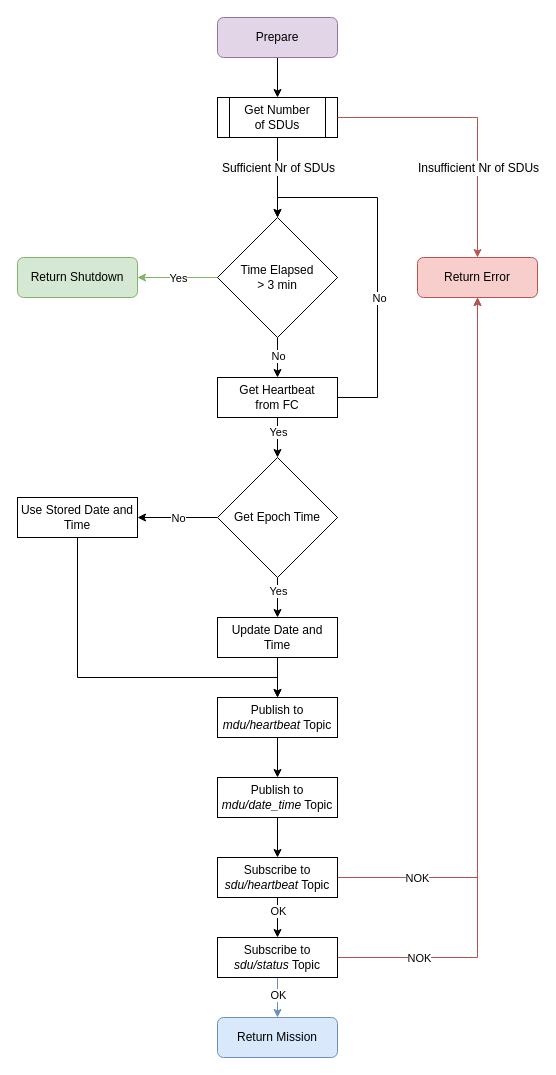
This is page "MDU_PREPARE" (3 of 10) of MESCC/2nd_year/2nd_semester/system_diagram.drawio from carlosrijo9/ISEP, a draw.io file, before an edit. Source tidied: cells renumbered, new cells numbered last; positions are measured from the earlier drawing's top-left corner, leaving out a move shared by most shapes. Both pictures are drawn from the tidied source at 100%, with x=0, y=0 at pixel (17, 17).
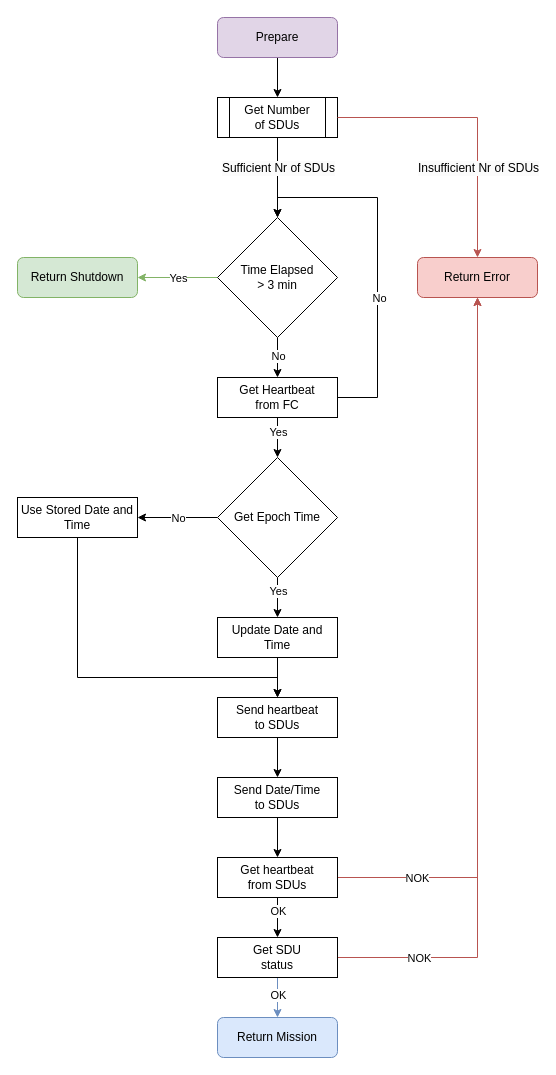
Above is the later version.

The edit, as a diff of the source:
```diff
@@
-    <mxCell id="38" value="Publish to &lt;i&gt;mdu/date_time&lt;/i&gt; Topic" style="rounded=0;whiteSpace=wrap;html=1;" parent="1" vertex="1">
+    <mxCell id="38" value="Send Date/Time&lt;div&gt;to SDUs&lt;/div&gt;" style="rounded=0;whiteSpace=wrap;html=1;" parent="1" vertex="1">
       <mxGeometry x="200" y="760" width="120" height="40" as="geometry" />
     </mxCell>
@@
-    <mxCell id="40" value="Publish to &lt;i&gt;mdu/heartbeat&lt;/i&gt; Topic" style="rounded=0;whiteSpace=wrap;html=1;" parent="1" vertex="1">
+    <mxCell id="40" value="Send heartbeat&lt;div&gt;to SDUs&lt;/div&gt;" style="rounded=0;whiteSpace=wrap;html=1;" parent="1" vertex="1">
       <mxGeometry x="200" y="680" width="120" height="40" as="geometry" />
     </mxCell>
@@
-    <mxCell id="43" value="Subscribe to &lt;i&gt;sdu/heartbeat&lt;/i&gt; Topic" style="rounded=0;whiteSpace=wrap;html=1;" parent="1" vertex="1">
+    <mxCell id="43" value="Get heartbeat&lt;div&gt;from SDUs&lt;/div&gt;" style="rounded=0;whiteSpace=wrap;html=1;" parent="1" vertex="1">
       <mxGeometry x="200" y="840" width="120" height="40" as="geometry" />
     </mxCell>
-    <mxCell id="44" value="Subscribe to &lt;i&gt;sdu/status&lt;/i&gt; Topic" style="rounded=0;whiteSpace=wrap;html=1;" parent="1" vertex="1">
+    <mxCell id="44" value="Get SDU&lt;div&gt;status&lt;/div&gt;" style="rounded=0;whiteSpace=wrap;html=1;" parent="1" vertex="1">
       <mxGeometry x="200" y="920" width="120" height="40" as="geometry" />
     </mxCell>
```
